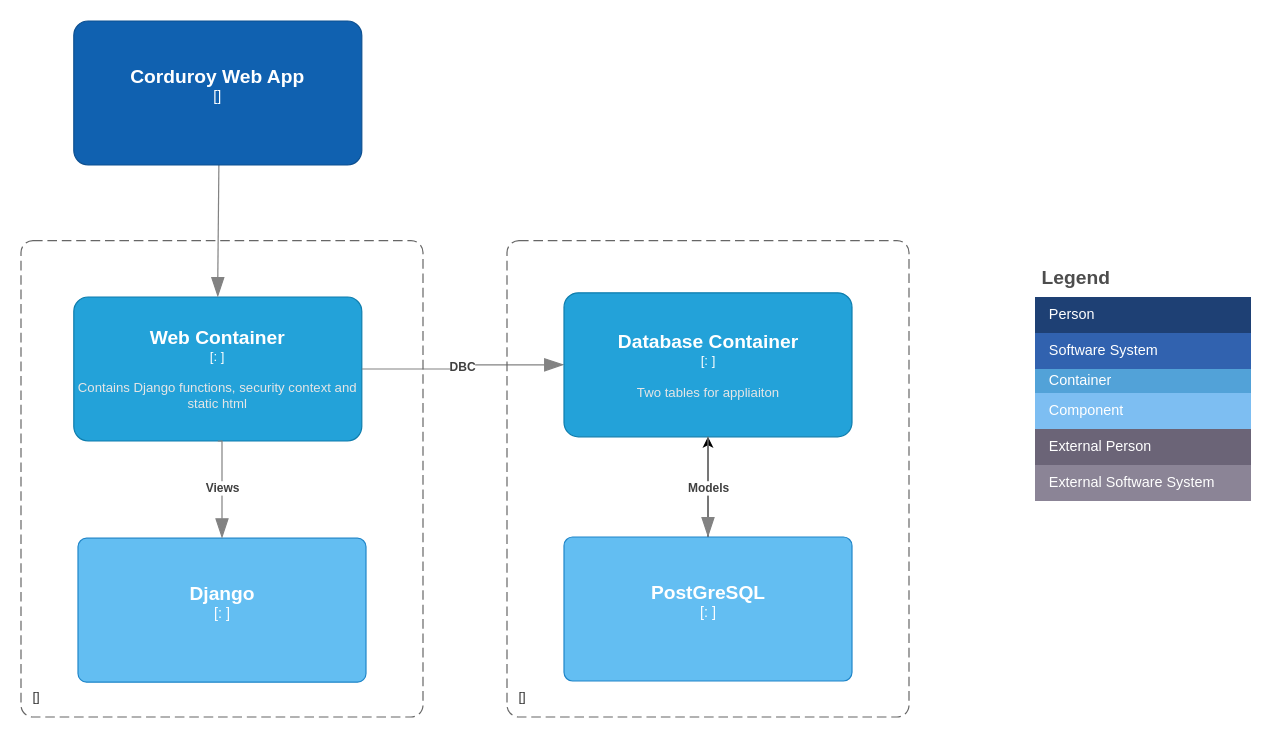
bartelsjoshuac/Corduroy keeps this draw.io diagram as docs/C4/containers-C4.drawio. Above is the earlier version. Source tidied: cells renumbered, new cells numbered last; positions are measured from the earlier drawing's top-left corner, leaving out a move shared by most shapes. Both pictures are drawn from the tidied source at 120%, with x=0, y=0 at pixel (20, 20).
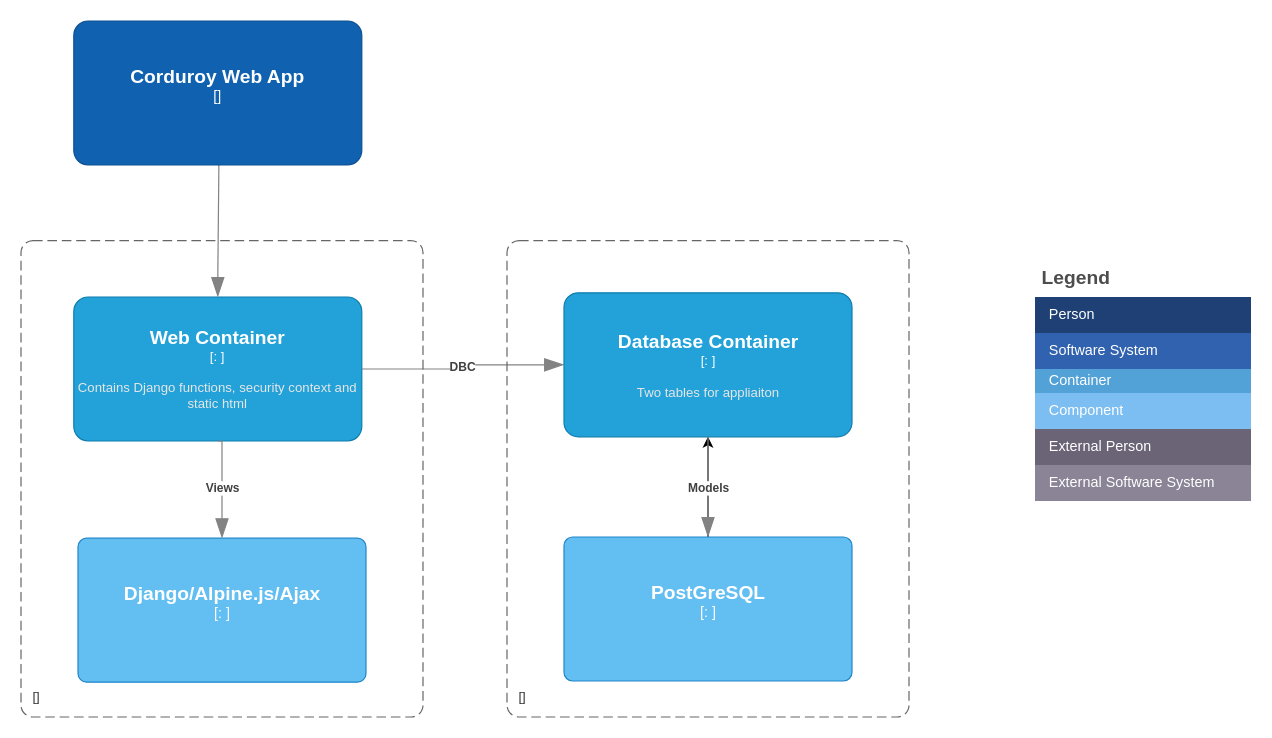
Above is the later version.

The edit, as a diff of the source:
```diff
@@
-    <object id="23" label="&lt;font style=&quot;font-size: 16px&quot;&gt;&lt;b&gt;%c4Name%&lt;/b&gt;&lt;/font&gt;&lt;div&gt;[%c4Type%: %c4Technology%]&lt;/div&gt;&lt;br&gt;&lt;div&gt;&lt;font style=&quot;font-size: 11px&quot;&gt;%c4Description%&lt;/font&gt;&lt;/div&gt;" c4Description="" c4Name="Django" c4Technology="" c4Type="" placeholders="1">
+    <object id="23" label="&lt;font style=&quot;font-size: 16px&quot;&gt;&lt;b&gt;%c4Name%&lt;/b&gt;&lt;/font&gt;&lt;div&gt;[%c4Type%: %c4Technology%]&lt;/div&gt;&lt;br&gt;&lt;div&gt;&lt;font style=&quot;font-size: 11px&quot;&gt;%c4Description%&lt;/font&gt;&lt;/div&gt;" c4Description="" c4Name="Django/Alpine.js/Ajax" c4Technology="" c4Type="" placeholders="1">
       <mxCell style="rounded=1;whiteSpace=wrap;html=1;labelBackgroundColor=none;fillColor=#63BEF2;fontColor=#ffffff;align=center;arcSize=6;strokeColor=#2086C9;points=[[0.25,0,0],[0.5,0,0],[0.75,0,0],[1,0.25,0],[1,0.5,0],[1,0.75,0],[0.75,1,0],[0.5,1,0],[0.25,1,0],[0,0.75,0],[0,0.5,0],[0,0.25,0]];" parent="1" vertex="1">
         <mxGeometry x="47.5" y="431" width="240" height="120" as="geometry" />
       </mxCell>
     </object>
```
